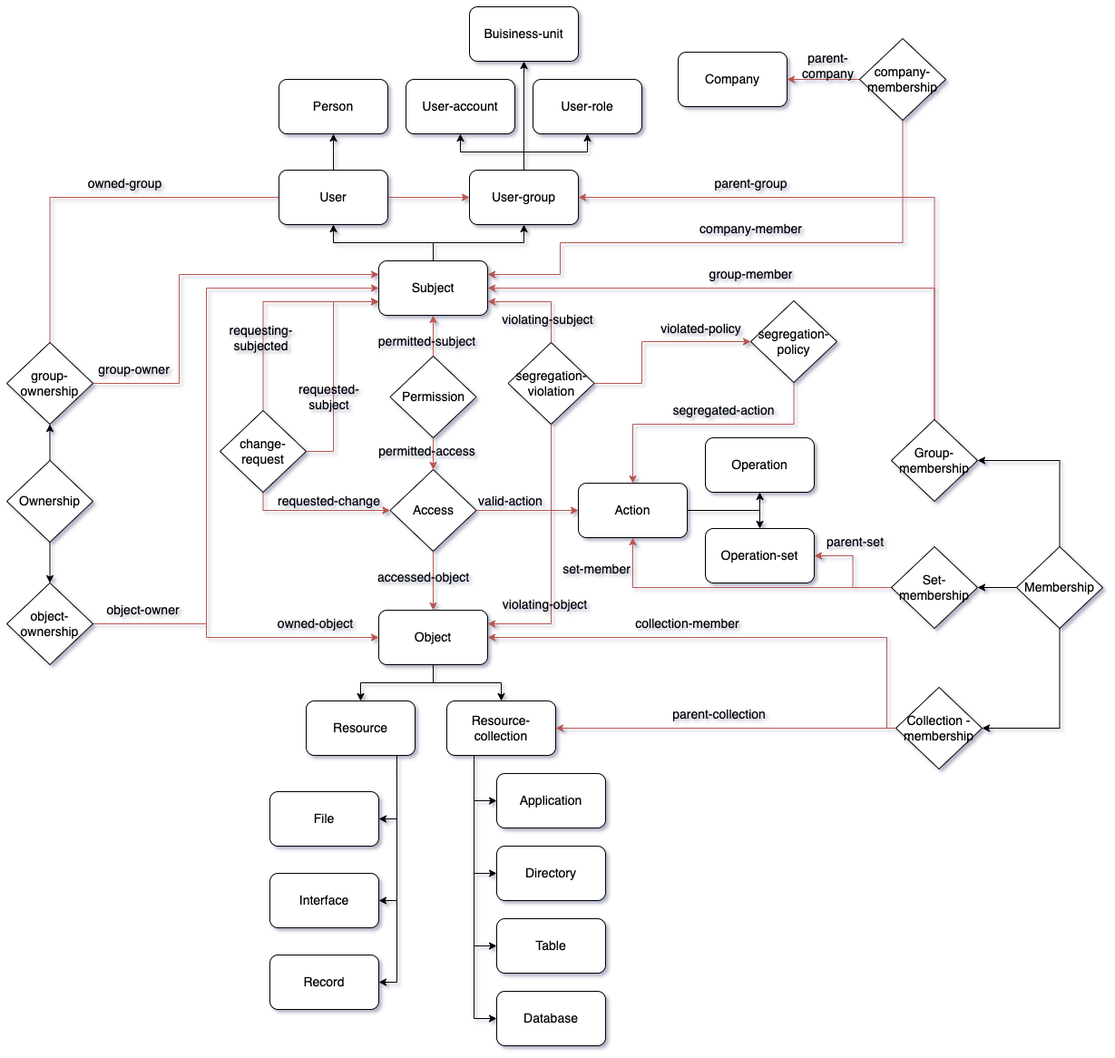
Above: images/iam/full-schema.png in typedb/typedb-docs (draw.io), before the change. Source tidied: cells renumbered, new cells last; positions are measured from the earlier drawing's top-left corner, leaving out a move shared by most shapes.
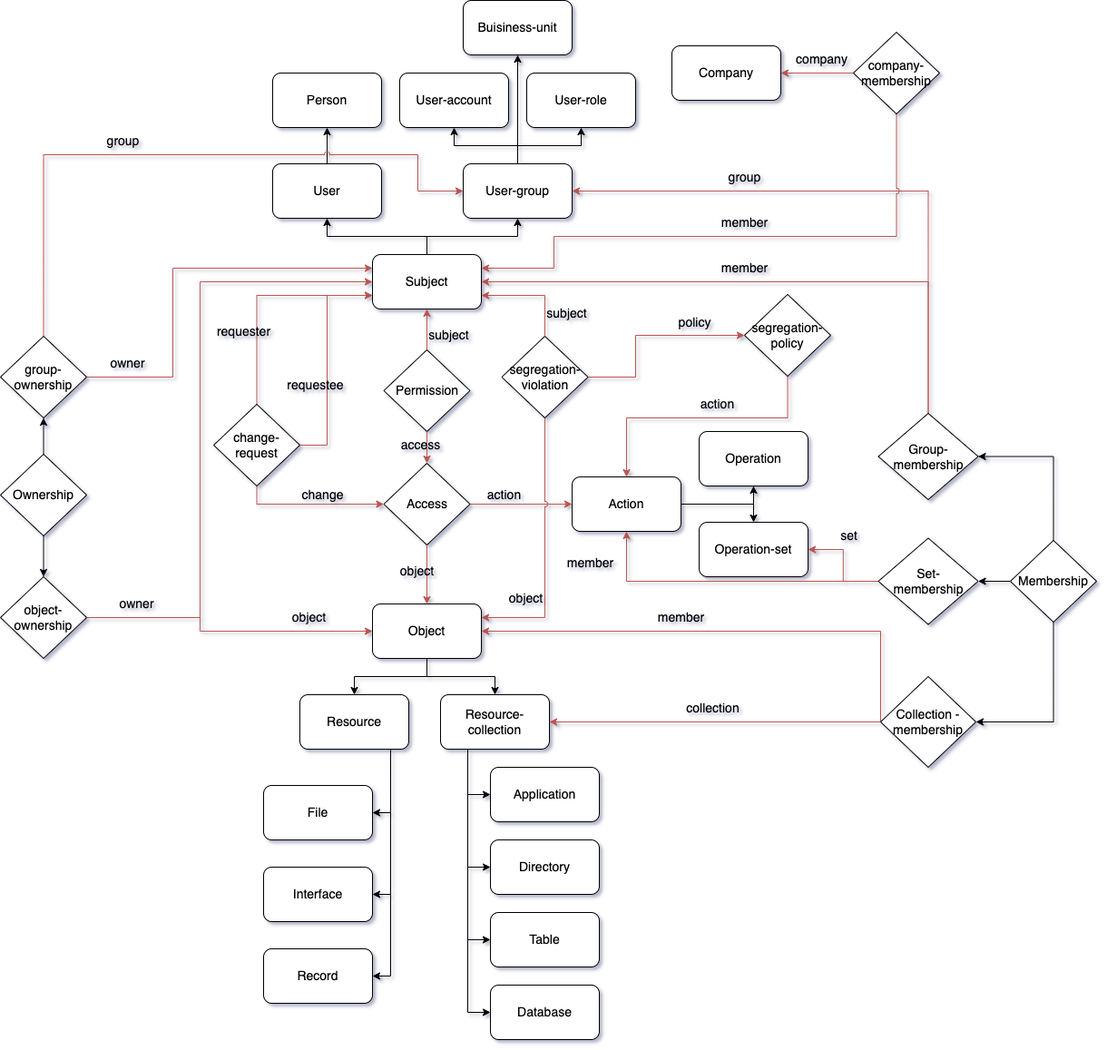
After the commit.

Change to the diagram source:
```diff
@@ -141,17 +141,17 @@
     <mxCell id="42" value="Access" style="rhombus;whiteSpace=wrap;html=1;fontSize=14;" parent="1" vertex="1">
       <mxGeometry x="422.5" y="510" width="95" height="90" as="geometry" />
     </mxCell>
-    <mxCell id="43" value="accessed-object" style="text;html=1;align=center;verticalAlign=middle;strokeColor=none;fillColor=none;fontSize=14;" parent="1" vertex="1">
-      <mxGeometry x="399" y="614" width="120" height="30" as="geometry" />
+    <mxCell id="43" value="object" style="text;html=1;align=center;verticalAlign=middle;strokeColor=none;fillColor=none;fontSize=14;" parent="1" vertex="1">
+      <mxGeometry x="429" y="614" width="60" height="30" as="geometry" />
     </mxCell>
-    <mxCell id="44" value="valid-action" style="text;html=1;align=center;verticalAlign=middle;strokeColor=none;fillColor=none;fontSize=14;" parent="1" vertex="1">
-      <mxGeometry x="510" y="530" width="90" height="30" as="geometry" />
+    <mxCell id="44" value="action" style="text;html=1;align=center;verticalAlign=middle;strokeColor=none;fillColor=none;fontSize=14;" parent="1" vertex="1">
+      <mxGeometry x="525" y="530" width="60" height="30" as="geometry" />
     </mxCell>
-    <mxCell id="45" value="permitted-subject" style="text;html=1;align=center;verticalAlign=middle;strokeColor=none;fillColor=none;fontSize=14;" parent="1" vertex="1">
-      <mxGeometry x="398" y="354" width="130" height="30" as="geometry" />
+    <mxCell id="45" value="subject" style="text;html=1;align=center;verticalAlign=middle;strokeColor=none;fillColor=none;fontSize=14;" parent="1" vertex="1">
+      <mxGeometry x="459" y="354" width="70" height="30" as="geometry" />
     </mxCell>
-    <mxCell id="46" value="permitted-access" style="text;html=1;align=center;verticalAlign=middle;strokeColor=none;fillColor=none;fontSize=14;" parent="1" vertex="1">
-      <mxGeometry x="398" y="475" width="130" height="30" as="geometry" />
+    <mxCell id="46" value="access" style="text;html=1;align=center;verticalAlign=middle;strokeColor=none;fillColor=none;fontSize=14;" parent="1" vertex="1">
+      <mxGeometry x="428" y="475" width="70" height="30" as="geometry" />
     </mxCell>
     <mxCell id="47" value="&lt;font style=&quot;font-size: 14px;&quot;&gt;Company&lt;/font&gt;" style="rounded=1;whiteSpace=wrap;html=1;" parent="1" vertex="1">
       <mxGeometry x="740" y="50" width="120" height="60" as="geometry" />
@@ -180,12 +180,12 @@
       <mxGeometry relative="1" as="geometry" />
     </mxCell>
     <mxCell id="54" value="Collection - membership" style="rhombus;whiteSpace=wrap;html=1;fontSize=14;" parent="1" vertex="1">
-      <mxGeometry x="980" y="750" width="95" height="90" as="geometry" />
+      <mxGeometry x="970" y="745" width="105" height="100" as="geometry" />
     </mxCell>
     <mxCell id="55" style="edgeStyle=orthogonalEdgeStyle;rounded=0;jettySize=auto;html=1;exitX=0.5;exitY=0;exitDx=0;exitDy=0;entryX=1;entryY=0.5;entryDx=0;entryDy=0;fontSize=14;fillColor=#f8cecc;strokeColor=#b85450;" parent="1" edge="1" source="57" target="22">
       <mxGeometry relative="1" as="geometry" />
     </mxCell>
-    <mxCell id="56" style="edgeStyle=orthogonalEdgeStyle;rounded=0;jettySize=auto;html=1;exitX=0.5;exitY=0;exitDx=0;exitDy=0;entryX=1;entryY=0.5;entryDx=0;entryDy=0;fontSize=14;fillColor=#f8cecc;strokeColor=#b85450;" parent="1" edge="1" source="57" target="27">
+    <mxCell id="56" style="edgeStyle=orthogonalEdgeStyle;rounded=0;jettySize=auto;html=1;exitX=0.5;exitY=0;exitDx=0;exitDy=0;entryX=1;entryY=0.5;entryDx=0;entryDy=0;fontSize=14;fillColor=#f8cecc;strokeColor=#b85450;jumpStyle=arc;" parent="1" edge="1" source="57" target="27">
       <mxGeometry relative="1" as="geometry">
         <Array as="points">
           <mxPoint x="1023" y="210" />
@@ -193,7 +193,7 @@
       </mxGeometry>
     </mxCell>
     <mxCell id="57" value="Group-membership" style="rhombus;whiteSpace=wrap;html=1;fontSize=14;" parent="1" vertex="1">
-      <mxGeometry x="975" y="455" width="95" height="90" as="geometry" />
+      <mxGeometry x="967.5" y="455" width="110" height="95" as="geometry" />
     </mxCell>
     <mxCell id="58" style="edgeStyle=orthogonalEdgeStyle;rounded=0;jettySize=auto;html=1;exitX=0;exitY=0.5;exitDx=0;exitDy=0;entryX=0.5;entryY=1;entryDx=0;entryDy=0;fontSize=14;fillColor=#f8cecc;strokeColor=#b85450;" parent="1" edge="1" source="60" target="34">
       <mxGeometry relative="1" as="geometry" />
@@ -201,29 +201,29 @@
     <mxCell id="59" style="edgeStyle=orthogonalEdgeStyle;rounded=0;jettySize=auto;html=1;exitX=0;exitY=0.5;exitDx=0;exitDy=0;entryX=1;entryY=0.5;entryDx=0;entryDy=0;fontSize=14;fillColor=#f8cecc;strokeColor=#b85450;" parent="1" edge="1" source="60" target="36">
       <mxGeometry relative="1" as="geometry" />
     </mxCell>
-    <mxCell id="60" value="Set-membership" style="rhombus;whiteSpace=wrap;html=1;fontSize=14;" parent="1" vertex="1">
-      <mxGeometry x="975" y="595" width="95" height="90" as="geometry" />
+    <mxCell id="60" value="Set-&lt;br&gt;membership" style="rhombus;whiteSpace=wrap;html=1;fontSize=14;" parent="1" vertex="1">
+      <mxGeometry x="967.5" y="592.5" width="110" height="95" as="geometry" />
     </mxCell>
     <mxCell id="61" value="&lt;font style=&quot;font-size: 14px;&quot;&gt;Resource&lt;br&gt;&lt;/font&gt;" style="rounded=1;whiteSpace=wrap;html=1;" parent="1" vertex="1">
       <mxGeometry x="330" y="765" width="120" height="60" as="geometry" />
     </mxCell>
-    <mxCell id="62" value="group-member" style="text;html=1;align=center;verticalAlign=middle;strokeColor=none;fillColor=none;fontSize=14;" parent="1" vertex="1">
-      <mxGeometry x="760" y="280" width="120" height="30" as="geometry" />
+    <mxCell id="62" value="member" style="text;html=1;align=center;verticalAlign=middle;strokeColor=none;fillColor=none;fontSize=14;" parent="1" vertex="1">
+      <mxGeometry x="785" y="280" width="70" height="30" as="geometry" />
     </mxCell>
-    <mxCell id="63" value="collection-member" style="text;html=1;align=center;verticalAlign=middle;strokeColor=none;fillColor=none;fontSize=14;" parent="1" vertex="1">
-      <mxGeometry x="680" y="665" width="140" height="30" as="geometry" />
+    <mxCell id="63" value="member" style="text;html=1;align=center;verticalAlign=middle;strokeColor=none;fillColor=none;fontSize=14;" parent="1" vertex="1">
+      <mxGeometry x="715" y="665" width="70" height="30" as="geometry" />
     </mxCell>
-    <mxCell id="64" value="parent-collection" style="text;html=1;align=center;verticalAlign=middle;strokeColor=none;fillColor=none;fontSize=14;" parent="1" vertex="1">
-      <mxGeometry x="720" y="765" width="130" height="30" as="geometry" />
+    <mxCell id="64" value="collection" style="text;html=1;align=center;verticalAlign=middle;strokeColor=none;fillColor=none;fontSize=14;" parent="1" vertex="1">
+      <mxGeometry x="745" y="765" width="80" height="30" as="geometry" />
     </mxCell>
-    <mxCell id="65" value="parent-group" style="text;html=1;align=center;verticalAlign=middle;strokeColor=none;fillColor=none;fontSize=14;" parent="1" vertex="1">
-      <mxGeometry x="770" y="180" width="100" height="30" as="geometry" />
+    <mxCell id="65" value="group" style="text;html=1;align=center;verticalAlign=middle;strokeColor=none;fillColor=none;fontSize=14;" parent="1" vertex="1">
+      <mxGeometry x="790" y="180" width="60" height="30" as="geometry" />
     </mxCell>
-    <mxCell id="66" value="parent-set" style="text;html=1;align=center;verticalAlign=middle;strokeColor=none;fillColor=none;fontSize=14;" parent="1" vertex="1">
-      <mxGeometry x="890" y="575" width="90" height="30" as="geometry" />
+    <mxCell id="66" value="set" style="text;html=1;align=center;verticalAlign=middle;strokeColor=none;fillColor=none;fontSize=14;" parent="1" vertex="1">
+      <mxGeometry x="915" y="575" width="40" height="30" as="geometry" />
     </mxCell>
-    <mxCell id="67" value="set-member" style="text;html=1;align=center;verticalAlign=middle;strokeColor=none;fillColor=none;fontSize=14;" parent="1" vertex="1">
-      <mxGeometry x="600" y="605" width="100" height="30" as="geometry" />
+    <mxCell id="67" value="member" style="text;html=1;align=center;verticalAlign=middle;strokeColor=none;fillColor=none;fontSize=14;" parent="1" vertex="1">
+      <mxGeometry x="615" y="605" width="70" height="30" as="geometry" />
     </mxCell>
     <mxCell id="68" style="edgeStyle=orthogonalEdgeStyle;rounded=0;jettySize=auto;html=1;exitX=0.5;exitY=0;exitDx=0;exitDy=0;entryX=0.5;entryY=1;entryDx=0;entryDy=0;fontSize=14;" parent="1" edge="1" source="70" target="73">
       <mxGeometry relative="1" as="geometry" />
@@ -242,8 +242,14 @@
         </Array>
       </mxGeometry>
     </mxCell>
-    <mxCell id="72" style="edgeStyle=orthogonalEdgeStyle;rounded=0;jettySize=auto;html=1;exitX=0.5;exitY=0;exitDx=0;exitDy=0;entryX=0;entryY=0.5;entryDx=0;entryDy=0;fontSize=14;fillColor=#f8cecc;strokeColor=#b85450;" parent="1" edge="1" source="73" target="27">
-      <mxGeometry relative="1" as="geometry" />
+    <mxCell id="72" style="edgeStyle=orthogonalEdgeStyle;rounded=0;jettySize=auto;html=1;exitX=0.5;exitY=0;exitDx=0;exitDy=0;entryX=0;entryY=0.5;entryDx=0;entryDy=0;fontSize=14;fillColor=#f8cecc;strokeColor=#b85450;jumpStyle=arc;" parent="1" edge="1" source="73" target="27">
+      <mxGeometry relative="1" as="geometry">
+        <Array as="points">
+          <mxPoint x="48" y="170" />
+          <mxPoint x="460" y="170" />
+          <mxPoint x="460" y="210" />
+        </Array>
+      </mxGeometry>
     </mxCell>
     <mxCell id="73" value="group-ownership" style="rhombus;whiteSpace=wrap;html=1;fontSize=14;" parent="1" vertex="1">
       <mxGeometry y="370" width="95" height="90" as="geometry" />
@@ -268,20 +274,20 @@
     <mxCell id="76" value="object-ownership" style="rhombus;whiteSpace=wrap;html=1;fontSize=14;" parent="1" vertex="1">
       <mxGeometry y="635" width="95" height="90" as="geometry" />
     </mxCell>
-    <mxCell id="77" value="group-owner" style="text;html=1;align=center;verticalAlign=middle;strokeColor=none;fillColor=none;fontSize=14;" parent="1" vertex="1">
-      <mxGeometry x="90" y="385" width="100" height="30" as="geometry" />
+    <mxCell id="77" value="owner" style="text;html=1;align=center;verticalAlign=middle;strokeColor=none;fillColor=none;fontSize=14;" parent="1" vertex="1">
+      <mxGeometry x="110" y="385" width="60" height="30" as="geometry" />
     </mxCell>
-    <mxCell id="78" value="object-owner" style="text;html=1;align=center;verticalAlign=middle;strokeColor=none;fillColor=none;fontSize=14;" parent="1" vertex="1">
-      <mxGeometry x="100" y="650" width="100" height="30" as="geometry" />
+    <mxCell id="78" value="owner" style="text;html=1;align=center;verticalAlign=middle;strokeColor=none;fillColor=none;fontSize=14;" parent="1" vertex="1">
+      <mxGeometry x="120" y="650" width="60" height="30" as="geometry" />
     </mxCell>
     <mxCell id="79" value="&lt;font style=&quot;font-size: 14px;&quot;&gt;User&lt;br&gt;&lt;/font&gt;" style="rounded=1;whiteSpace=wrap;html=1;direction=east;flipV=0;" parent="1" vertex="1">
       <mxGeometry x="300" y="180" width="120" height="60" as="geometry" />
     </mxCell>
-    <mxCell id="80" value="owned-group" style="text;html=1;align=center;verticalAlign=middle;strokeColor=none;fillColor=none;fontSize=14;" parent="1" vertex="1">
-      <mxGeometry x="75" y="180" width="110" height="30" as="geometry" />
+    <mxCell id="80" value="group" style="text;html=1;align=center;verticalAlign=middle;strokeColor=none;fillColor=none;fontSize=14;" parent="1" vertex="1">
+      <mxGeometry x="105" y="140" width="60" height="30" as="geometry" />
     </mxCell>
-    <mxCell id="81" value="owned-object" style="text;html=1;align=center;verticalAlign=middle;strokeColor=none;fillColor=none;fontSize=14;" parent="1" vertex="1">
-      <mxGeometry x="285" y="665" width="110" height="30" as="geometry" />
+    <mxCell id="81" value="object" style="text;html=1;align=center;verticalAlign=middle;strokeColor=none;fillColor=none;fontSize=14;" parent="1" vertex="1">
+      <mxGeometry x="310" y="665" width="60" height="30" as="geometry" />
     </mxCell>
     <mxCell id="82" style="edgeStyle=orthogonalEdgeStyle;rounded=0;jettySize=auto;html=1;exitX=0.5;exitY=1;exitDx=0;exitDy=0;entryX=0.5;entryY=0;entryDx=0;entryDy=0;fontSize=14;fillColor=#f8cecc;strokeColor=#b85450;" parent="1" edge="1" source="83" target="34">
       <mxGeometry relative="1" as="geometry">
@@ -294,13 +300,13 @@
     <mxCell id="83" value="segregation-policy" style="rhombus;whiteSpace=wrap;html=1;fontSize=14;" parent="1" vertex="1">
       <mxGeometry x="820" y="324" width="95" height="90" as="geometry" />
     </mxCell>
-    <mxCell id="84" value="segregated-action" style="text;html=1;align=center;verticalAlign=middle;strokeColor=none;fillColor=none;fontSize=14;" parent="1" vertex="1">
-      <mxGeometry x="720" y="430" width="140" height="30" as="geometry" />
+    <mxCell id="84" value="action" style="text;html=1;align=center;verticalAlign=middle;strokeColor=none;fillColor=none;fontSize=14;" parent="1" vertex="1">
+      <mxGeometry x="760" y="430" width="60" height="30" as="geometry" />
     </mxCell>
     <mxCell id="85" style="edgeStyle=orthogonalEdgeStyle;rounded=0;jettySize=auto;html=1;exitX=0.5;exitY=0;exitDx=0;exitDy=0;entryX=1;entryY=0.75;entryDx=0;entryDy=0;fontSize=14;fillColor=#f8cecc;strokeColor=#b85450;" parent="1" edge="1" source="88" target="22">
       <mxGeometry relative="1" as="geometry" />
     </mxCell>
-    <mxCell id="86" style="edgeStyle=orthogonalEdgeStyle;rounded=0;jettySize=auto;html=1;exitX=0.5;exitY=1;exitDx=0;exitDy=0;entryX=1;entryY=0.25;entryDx=0;entryDy=0;fontSize=14;fillColor=#f8cecc;strokeColor=#b85450;" parent="1" edge="1" source="88" target="4">
+    <mxCell id="86" style="edgeStyle=orthogonalEdgeStyle;rounded=0;jettySize=auto;html=1;exitX=0.5;exitY=1;exitDx=0;exitDy=0;entryX=1;entryY=0.25;entryDx=0;entryDy=0;fontSize=14;fillColor=#f8cecc;strokeColor=#b85450;jumpStyle=arc;" parent="1" edge="1" source="88" target="4">
       <mxGeometry relative="1" as="geometry" />
     </mxCell>
     <mxCell id="87" style="edgeStyle=orthogonalEdgeStyle;rounded=0;jettySize=auto;html=1;exitX=1;exitY=0.5;exitDx=0;exitDy=0;entryX=0;entryY=0.5;entryDx=0;entryDy=0;fontSize=14;fillColor=#f8cecc;strokeColor=#b85450;" parent="1" edge="1" source="88" target="83">
@@ -314,19 +320,19 @@
     <mxCell id="88" value="segregation-violation" style="rhombus;whiteSpace=wrap;html=1;fontSize=14;" parent="1" vertex="1">
       <mxGeometry x="552.5" y="370" width="95" height="90" as="geometry" />
     </mxCell>
-    <mxCell id="89" value="violated-policy" style="text;html=1;align=center;verticalAlign=middle;strokeColor=none;fillColor=none;fontSize=14;" parent="1" vertex="1">
-      <mxGeometry x="710" y="340" width="110" height="30" as="geometry" />
+    <mxCell id="89" value="policy" style="text;html=1;align=center;verticalAlign=middle;strokeColor=none;fillColor=none;fontSize=14;" parent="1" vertex="1">
+      <mxGeometry x="735" y="340" width="60" height="30" as="geometry" />
     </mxCell>
-    <mxCell id="90" value="violating-subject" style="text;html=1;align=center;verticalAlign=middle;strokeColor=none;fillColor=none;fontSize=14;" parent="1" vertex="1">
-      <mxGeometry x="536" y="330" width="120" height="30" as="geometry" />
+    <mxCell id="90" value="subject" style="text;html=1;align=center;verticalAlign=middle;strokeColor=none;fillColor=none;fontSize=14;" parent="1" vertex="1">
+      <mxGeometry x="589" y="330" width="70" height="30" as="geometry" />
     </mxCell>
-    <mxCell id="91" value="violating-object" style="text;html=1;align=center;verticalAlign=middle;strokeColor=none;fillColor=none;fontSize=14;" parent="1" vertex="1">
-      <mxGeometry x="533" y="644" width="120" height="30" as="geometry" />
+    <mxCell id="91" value="object" style="text;html=1;align=center;verticalAlign=middle;strokeColor=none;fillColor=none;fontSize=14;" parent="1" vertex="1">
+      <mxGeometry x="549" y="644" width="60" height="30" as="geometry" />
     </mxCell>
     <mxCell id="92" style="edgeStyle=orthogonalEdgeStyle;rounded=0;jettySize=auto;html=1;exitX=0;exitY=0.5;exitDx=0;exitDy=0;entryX=1;entryY=0.5;entryDx=0;entryDy=0;fontSize=14;fillColor=#f8cecc;strokeColor=#b85450;" parent="1" edge="1" source="94" target="47">
       <mxGeometry relative="1" as="geometry" />
     </mxCell>
-    <mxCell id="93" style="edgeStyle=orthogonalEdgeStyle;rounded=0;jettySize=auto;html=1;exitX=0.5;exitY=1;exitDx=0;exitDy=0;entryX=1;entryY=0.25;entryDx=0;entryDy=0;fontSize=14;fillColor=#f8cecc;strokeColor=#b85450;" parent="1" edge="1" source="94" target="22">
+    <mxCell id="93" style="edgeStyle=orthogonalEdgeStyle;rounded=0;jettySize=auto;html=1;exitX=0.5;exitY=1;exitDx=0;exitDy=0;entryX=1;entryY=0.25;entryDx=0;entryDy=0;fontSize=14;fillColor=#f8cecc;strokeColor=#b85450;jumpStyle=arc;" parent="1" edge="1" source="94" target="22">
       <mxGeometry relative="1" as="geometry">
         <Array as="points">
           <mxPoint x="988" y="260" />
@@ -338,11 +344,11 @@
     <mxCell id="94" value="company-membership" style="rhombus;whiteSpace=wrap;html=1;fontSize=14;" parent="1" vertex="1">
       <mxGeometry x="940" y="35" width="95" height="90" as="geometry" />
     </mxCell>
-    <mxCell id="95" value="parent- &lt;br&gt;company" style="text;html=1;align=center;verticalAlign=middle;strokeColor=none;fillColor=none;fontSize=14;" parent="1" vertex="1">
-      <mxGeometry x="865" y="40" width="80" height="50" as="geometry" />
+    <mxCell id="95" value="company" style="text;html=1;align=center;verticalAlign=middle;strokeColor=none;fillColor=none;fontSize=14;" parent="1" vertex="1">
+      <mxGeometry x="865" y="50" width="80" height="30" as="geometry" />
     </mxCell>
-    <mxCell id="96" value="company-member" style="text;html=1;align=center;verticalAlign=middle;strokeColor=none;fillColor=none;fontSize=14;" parent="1" vertex="1">
-      <mxGeometry x="750" y="230" width="140" height="30" as="geometry" />
+    <mxCell id="96" value="member" style="text;html=1;align=center;verticalAlign=middle;strokeColor=none;fillColor=none;fontSize=14;" parent="1" vertex="1">
+      <mxGeometry x="785" y="230" width="70" height="30" as="geometry" />
     </mxCell>
     <mxCell id="97" style="edgeStyle=orthogonalEdgeStyle;rounded=0;jettySize=auto;html=1;exitX=0.5;exitY=1;exitDx=0;exitDy=0;entryX=0;entryY=0.5;entryDx=0;entryDy=0;fontSize=14;fillColor=#f8cecc;strokeColor=#b85450;" parent="1" edge="1" source="100" target="42">
       <mxGeometry relative="1" as="geometry" />
@@ -361,14 +367,14 @@
     <mxCell id="100" value="change-request" style="rhombus;whiteSpace=wrap;html=1;fontSize=14;" parent="1" vertex="1">
       <mxGeometry x="235" y="445" width="95" height="90" as="geometry" />
     </mxCell>
-    <mxCell id="101" value="requested-change" style="text;html=1;align=center;verticalAlign=middle;strokeColor=none;fillColor=none;fontSize=14;" parent="1" vertex="1">
-      <mxGeometry x="285" y="530" width="140" height="30" as="geometry" />
+    <mxCell id="101" value="change" style="text;html=1;align=center;verticalAlign=middle;strokeColor=none;fillColor=none;fontSize=14;" parent="1" vertex="1">
+      <mxGeometry x="320" y="530" width="70" height="30" as="geometry" />
     </mxCell>
-    <mxCell id="102" value="requesting-&lt;br&gt;subjected" style="text;html=1;align=center;verticalAlign=middle;strokeColor=none;fillColor=none;fontSize=14;" parent="1" vertex="1">
-      <mxGeometry x="235" y="340" width="90" height="50" as="geometry" />
+    <mxCell id="102" value="requester" style="text;html=1;align=center;verticalAlign=middle;strokeColor=none;fillColor=none;fontSize=14;" parent="1" vertex="1">
+      <mxGeometry x="228" y="350" width="80" height="30" as="geometry" />
     </mxCell>
-    <mxCell id="103" value="requested-&lt;br&gt;subject" style="text;html=1;align=center;verticalAlign=middle;strokeColor=none;fillColor=none;fontSize=14;" parent="1" vertex="1">
-      <mxGeometry x="310" y="405" width="90" height="50" as="geometry" />
+    <mxCell id="103" value="requestee" style="text;html=1;align=center;verticalAlign=middle;strokeColor=none;fillColor=none;fontSize=14;" parent="1" vertex="1">
+      <mxGeometry x="302" y="409" width="90" height="30" as="geometry" />
     </mxCell>
   </root>
 </mxGraphModel>
```
